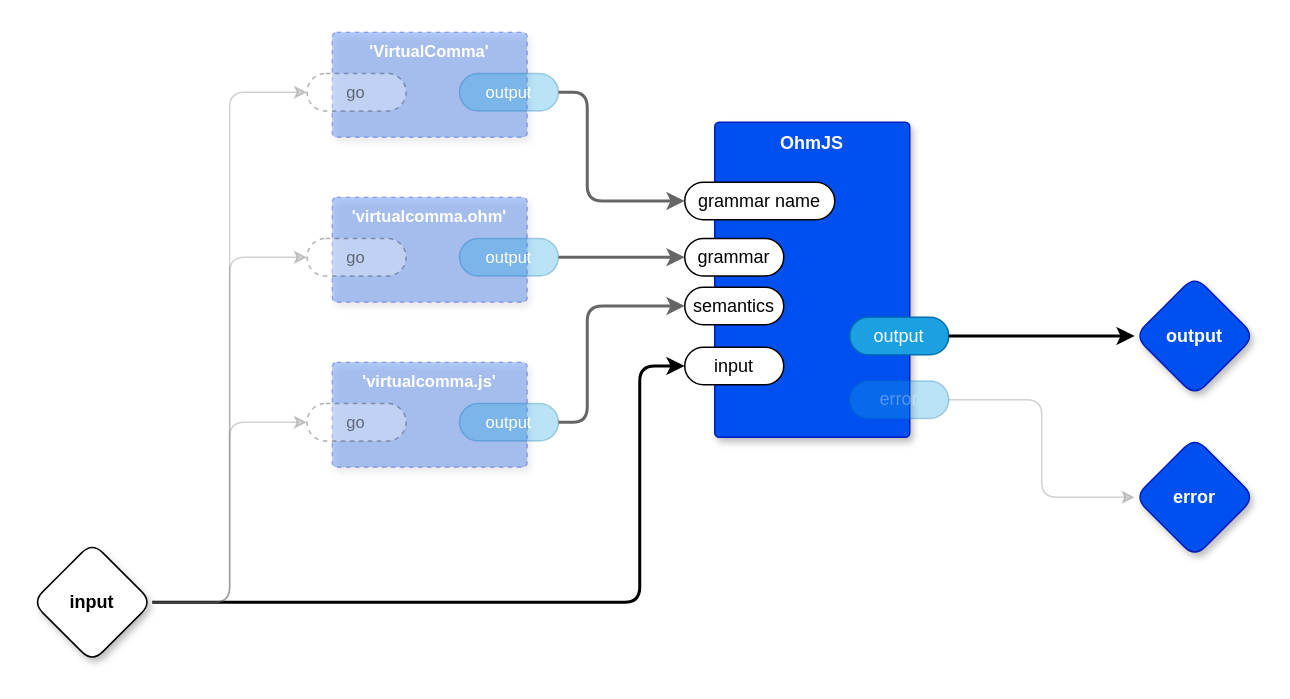
guitarvydas/transpiler keeps this draw.io diagram as page "Insert Virtual Commas" (3 of 3) of prolog/test.drawio. Above is the earlier version. Source tidied: cells renumbered, new cells numbered last; positions are measured from the earlier drawing's top-left corner, leaving out a move shared by most shapes. Both pictures are drawn from the tidied source at 150%, with x=0, y=0 at pixel (32, 32).
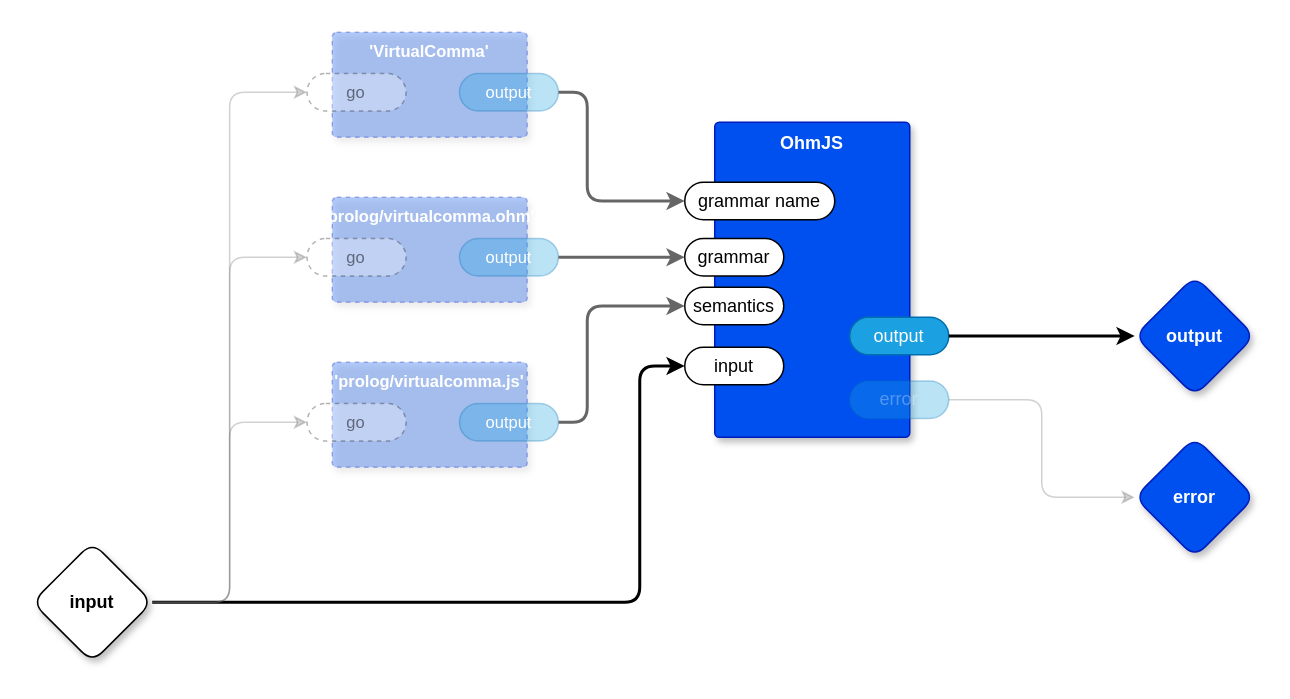
The same page after the edit.

Diff of the diagram source:
```diff
@@
-    <mxCell id="21" value="'virtualcomma.ohm'" style="rounded=1;whiteSpace=wrap;html=1;sketch=0;verticalAlign=top;arcSize=6;fontStyle=1;absoluteArcSize=1;shadow=1;strokeColor=#001DBC;fillColor=#0050ef;fontColor=#ffffff;fontFamily=Helvetica;fontSize=11;dashed=1;opacity=30;" parent="1" vertex="1">
+    <mxCell id="21" value="'prolog/virtualcomma.ohm'" style="rounded=1;whiteSpace=wrap;html=1;sketch=0;verticalAlign=top;arcSize=6;fontStyle=1;absoluteArcSize=1;shadow=1;strokeColor=#001DBC;fillColor=#0050ef;fontColor=#ffffff;fontFamily=Helvetica;fontSize=11;dashed=1;opacity=30;" parent="1" vertex="1">
       <mxGeometry x="200" y="110" width="130" height="70" as="geometry" />
     </mxCell>
@@
-    <mxCell id="24" value="'virtualcomma.js'" style="rounded=1;whiteSpace=wrap;html=1;sketch=0;verticalAlign=top;arcSize=6;fontStyle=1;absoluteArcSize=1;shadow=1;strokeColor=#001DBC;fillColor=#0050ef;fontColor=#ffffff;fontFamily=Helvetica;fontSize=11;dashed=1;opacity=30;" parent="1" vertex="1">
+    <mxCell id="24" value="'prolog/virtualcomma.js'" style="rounded=1;whiteSpace=wrap;html=1;sketch=0;verticalAlign=top;arcSize=6;fontStyle=1;absoluteArcSize=1;shadow=1;strokeColor=#001DBC;fillColor=#0050ef;fontColor=#ffffff;fontFamily=Helvetica;fontSize=11;dashed=1;opacity=30;" parent="1" vertex="1">
       <mxGeometry x="200" y="220" width="130" height="70" as="geometry" />
     </mxCell>
```
